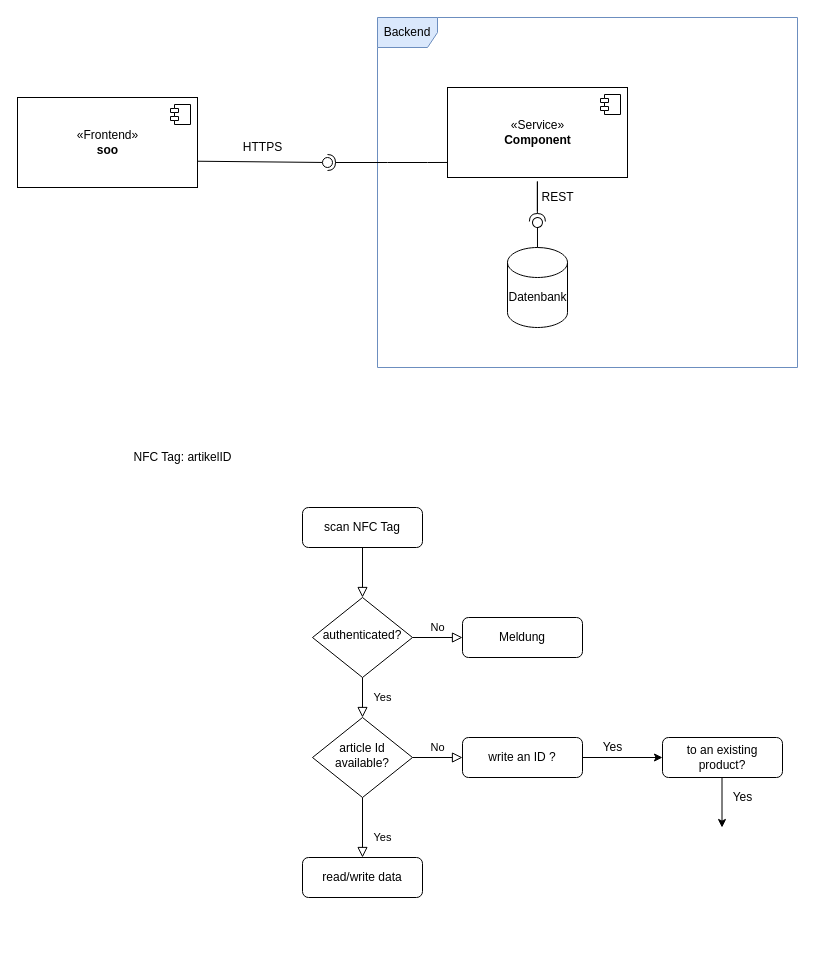
Earlier version of the draw.io diagram page "Page-4" (4 of 4) of Architektur.drawio (ngock/AndroidFirestoreArchitectureComponents). Source tidied: cells renumbered, new cells numbered last; positions are measured from the earlier drawing's top-left corner, leaving out a move shared by most shapes. Both pictures are drawn from the tidied source at 100%, with x=0, y=0 at pixel (17, 17).
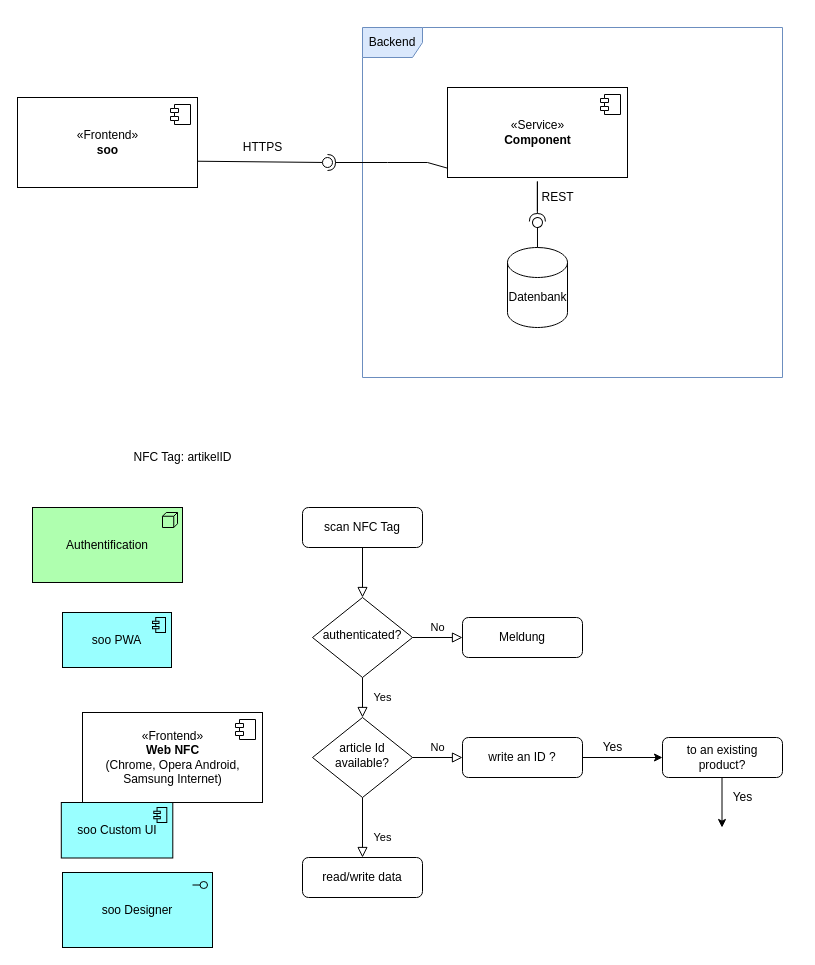
The same page after the edit.

Change to the diagram source:
```diff
@@
     <mxCell id="2" value="Backend" style="shape=umlFrame;whiteSpace=wrap;html=1;fillColor=#dae8fc;strokeColor=#6c8ebf;labelBackgroundColor=none;shadow=0;" parent="1" vertex="1">
-      <mxGeometry x="360" width="420" height="350" as="geometry" />
+      <mxGeometry x="345" y="10" width="420" height="350" as="geometry" />
     </mxCell>
@@
+    <mxCell id="34" value="«Frontend»&lt;br&gt;&lt;b&gt;Web NFC&lt;br&gt;&lt;/b&gt;(Chrome, Opera Android, &lt;br&gt;Samsung Internet)" style="html=1;" parent="1" vertex="1">
+      <mxGeometry x="65" y="695" width="180" height="90" as="geometry" />
+    </mxCell>
+    <mxCell id="35" style="shape=module;jettyWidth=8;jettyHeight=4;" parent="34" vertex="1">
+      <mxGeometry x="1" width="20" height="20" relative="1" as="geometry">
+        <mxPoint x="-27" y="7" as="offset" />
+      </mxGeometry>
+    </mxCell>
+    <mxCell id="36" value="soo Designer" style="html=1;whiteSpace=wrap;fillColor=#99ffff;shape=mxgraph.archimate3.application;appType=interface;archiType=square;" parent="1" vertex="1">
+      <mxGeometry x="45" y="855" width="150" height="75" as="geometry" />
+    </mxCell>
+    <mxCell id="37" value="soo PWA" style="html=1;whiteSpace=wrap;fillColor=#99ffff;shape=mxgraph.archimate3.application;appType=comp;archiType=square;" parent="1" vertex="1">
+      <mxGeometry x="45" y="595" width="109" height="55" as="geometry" />
+    </mxCell>
+    <mxCell id="38" value="soo Custom UI" style="html=1;whiteSpace=wrap;fillColor=#99ffff;shape=mxgraph.archimate3.application;appType=comp;archiType=square;" parent="1" vertex="1">
+      <mxGeometry x="43.8" y="785" width="111.5" height="55.5" as="geometry" />
+    </mxCell>
+    <mxCell id="39" value="Authentification" style="html=1;whiteSpace=wrap;fillColor=#AFFFAF;shape=mxgraph.archimate3.application;appType=node;archiType=square;" parent="1" vertex="1">
+      <mxGeometry x="15" y="490" width="150" height="75" as="geometry" />
+    </mxCell>
```
